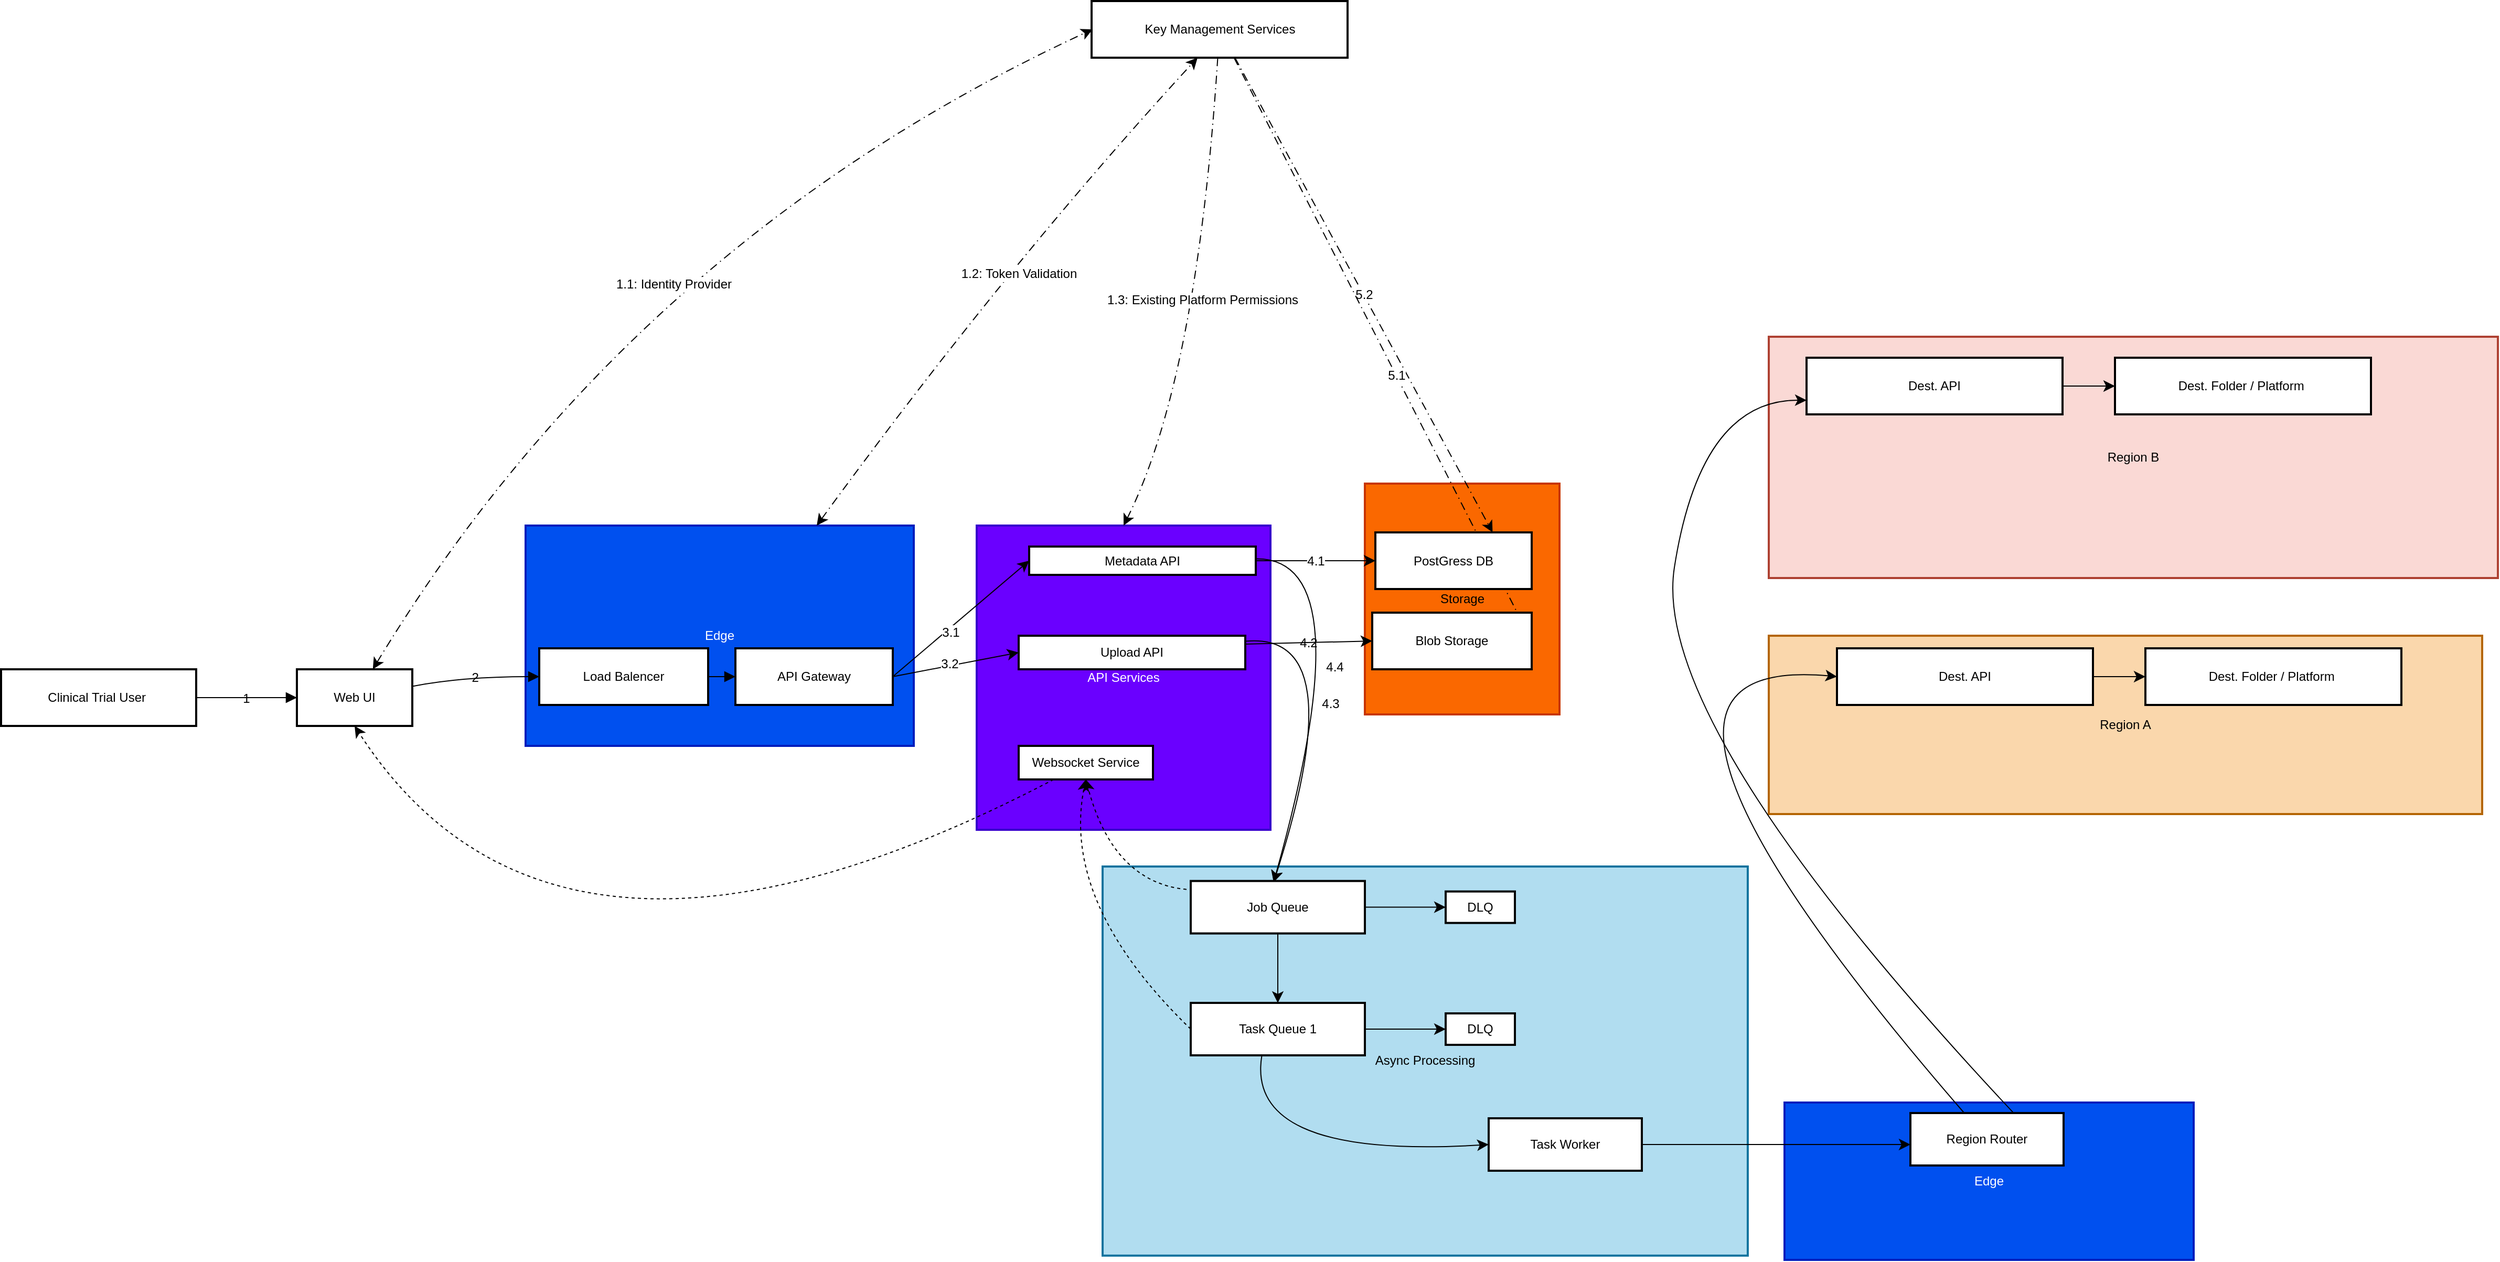
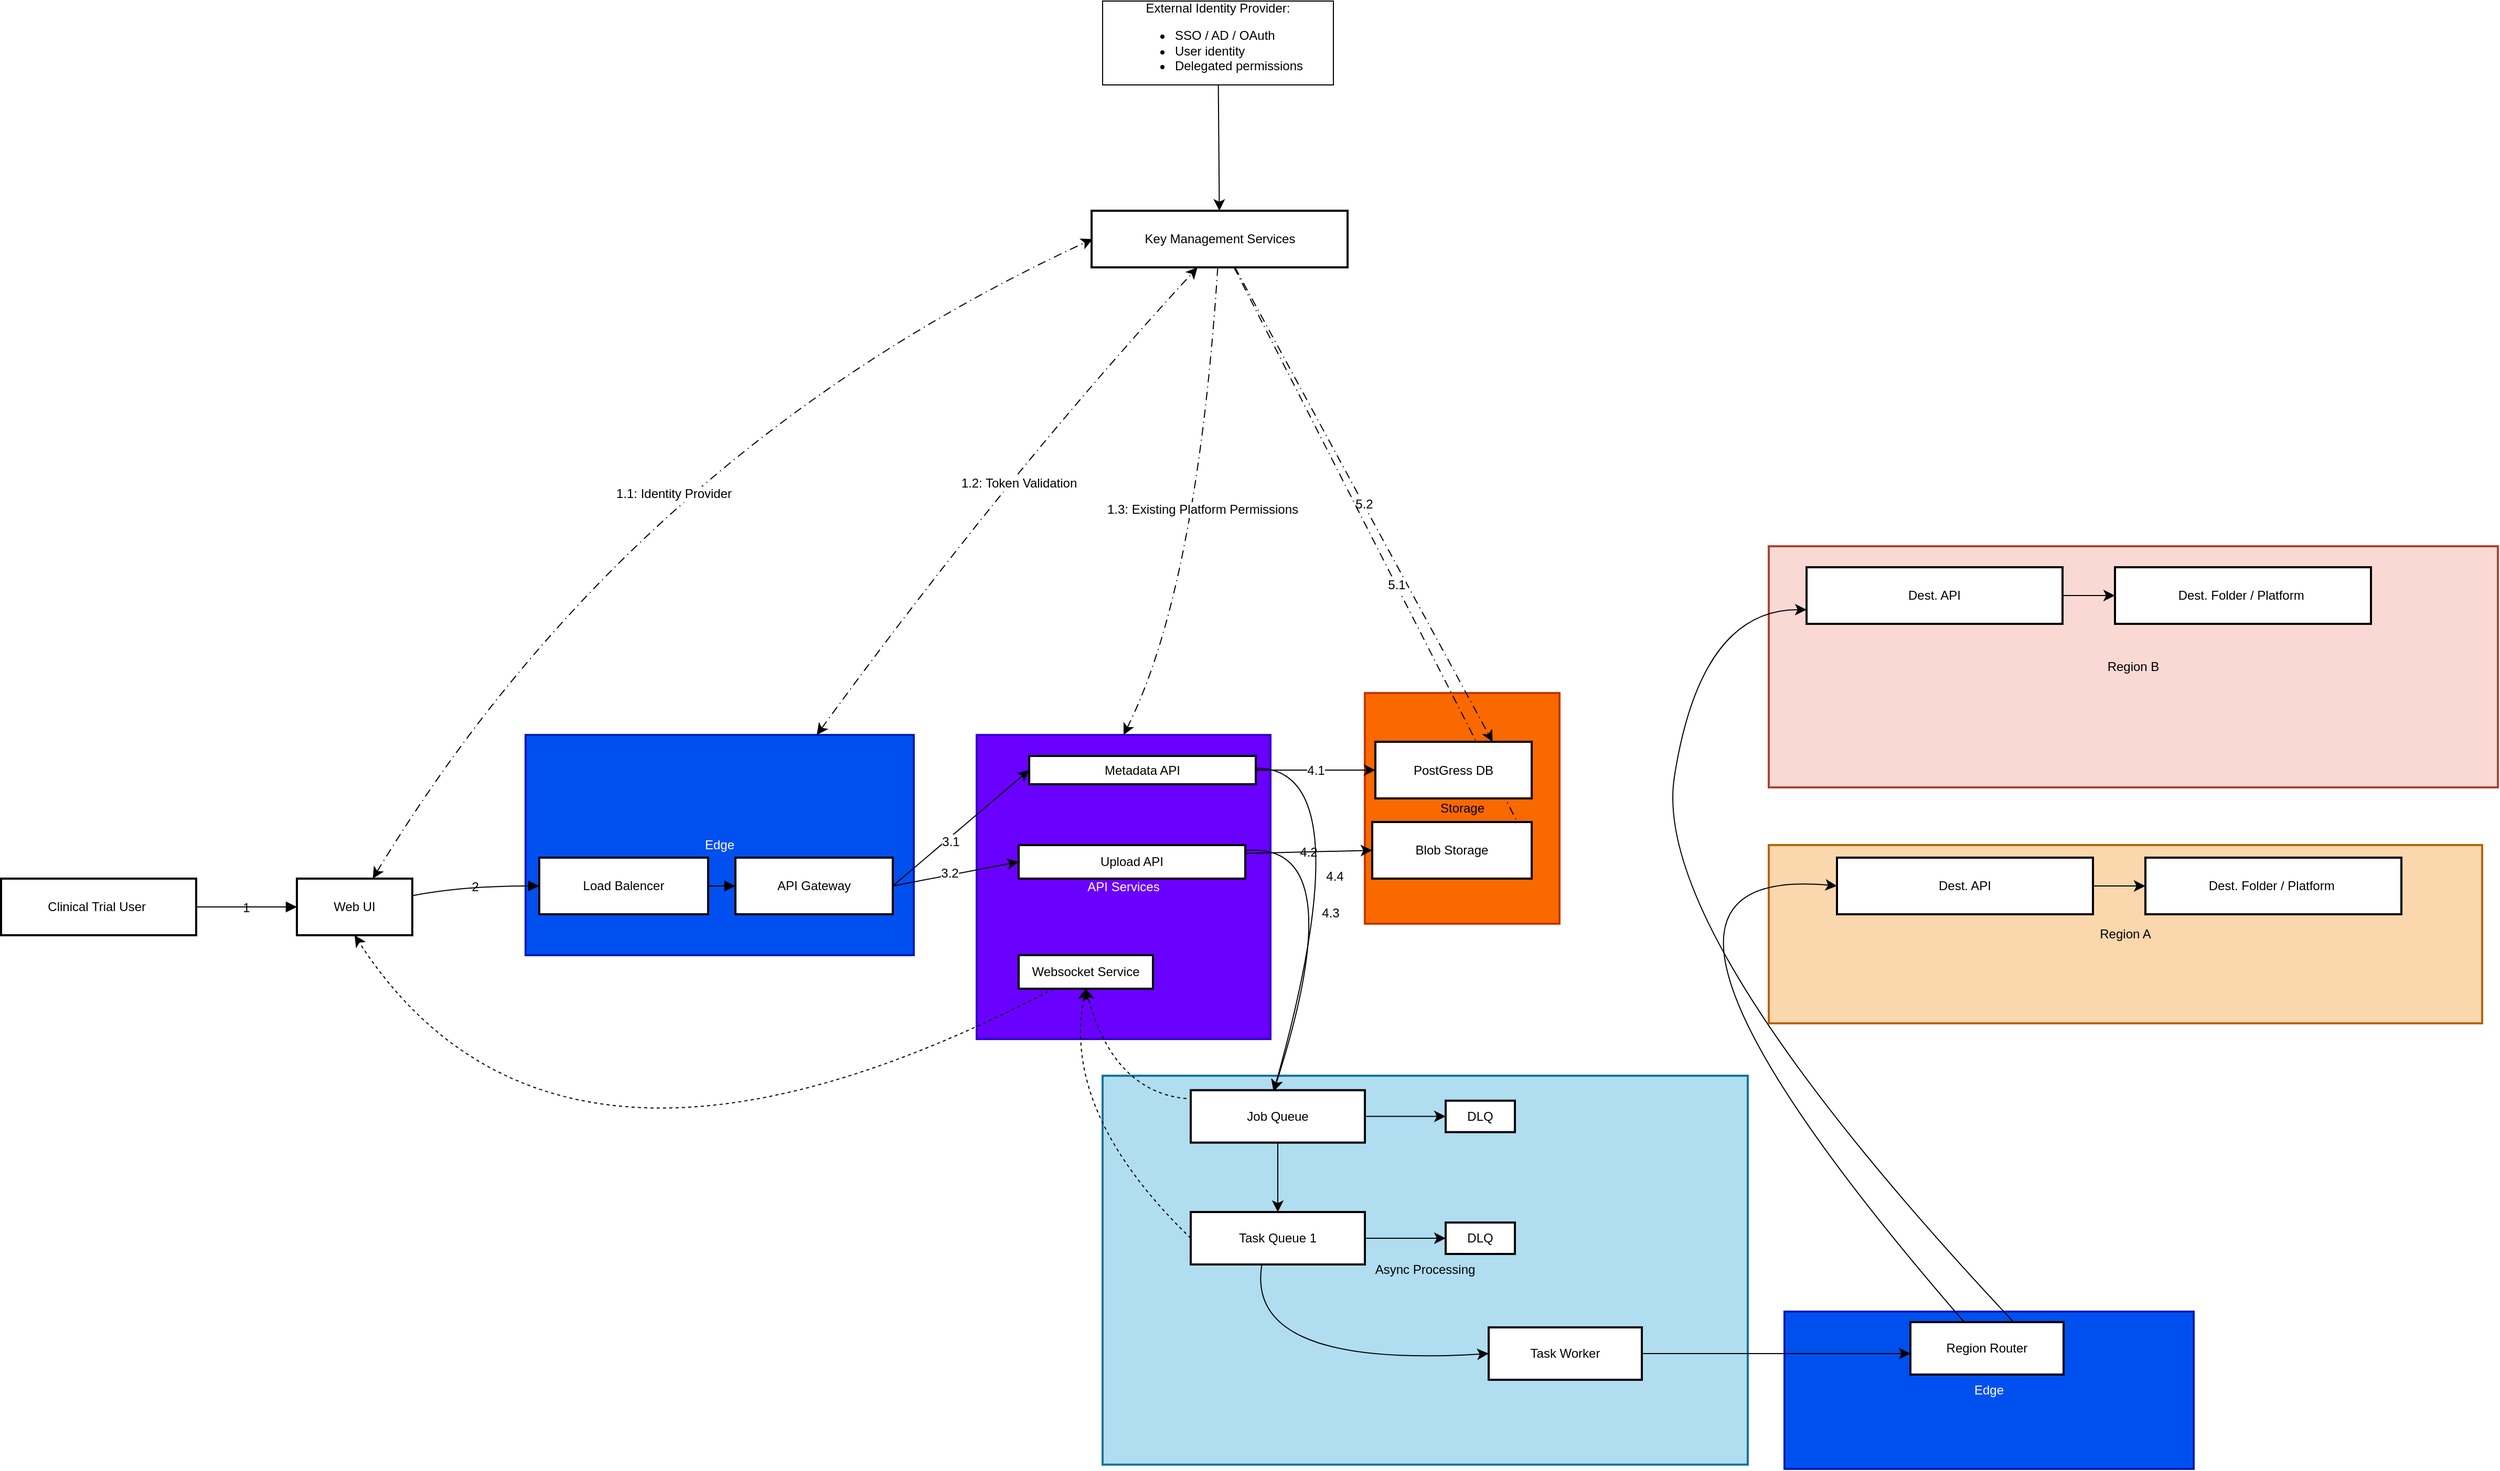
<mxfile host="app.diagrams.net">
  <diagram name="Overall-Diagram" id="Xauzskn0iYLa3f8TggF1">
-     <mxGraphModel dx="704" dy="1579" grid="1" gridSize="10" guides="1" tooltips="1" connect="1" arrows="1" fold="1" page="1" pageScale="1" pageWidth="850" pageHeight="1100" background="none" math="0" shadow="0">
+     <mxGraphModel dx="390" dy="1365" grid="1" gridSize="10" guides="1" tooltips="1" connect="1" arrows="1" fold="1" page="1" pageScale="1" pageWidth="850" pageHeight="1100" background="none" math="0" shadow="0">
      <root>
        <mxCell id="0" />
        <mxCell id="1" parent="0" />
        <mxCell id="ZxT0anLmeUN1lRlBXtKW-56" parent="1" style="whiteSpace=wrap;strokeWidth=2;rounded=0;labelBackgroundColor=none;fillColor=#0050ef;fontColor=#ffffff;strokeColor=#001DBC;" value="Edge" vertex="1">
          <mxGeometry height="150" width="390" x="1800" y="590" as="geometry" />
        </mxCell>
        <mxCell id="tPvMw2njpGqdJi2HAjV1-28" parent="1" style="whiteSpace=wrap;strokeWidth=2;rounded=0;labelBackgroundColor=none;fillColor=#fad9d5;strokeColor=#ae4132;" value="Region B" vertex="1">
          <mxGeometry height="230" width="695" x="1785" y="-140" as="geometry" />
        </mxCell>
        <mxCell id="tPvMw2njpGqdJi2HAjV1-27" parent="1" style="whiteSpace=wrap;strokeWidth=2;rounded=0;labelBackgroundColor=none;fillColor=#fad7ac;strokeColor=#b46504;" value="Region A" vertex="1">
          <mxGeometry height="170" width="680" x="1785" y="145" as="geometry" />
        </mxCell>
        <mxCell id="LGeiLnGPZ_kJypGg9XhN-2" parent="1" style="whiteSpace=wrap;strokeWidth=2;rounded=0;labelBackgroundColor=none;fillColor=#b1ddf0;strokeColor=#10739e;aspect=fixed;" value="Async Processing" vertex="1">
          <mxGeometry height="370.92" width="614.97" x="1150" y="365" as="geometry" />
        </mxCell>
        <mxCell id="LGeiLnGPZ_kJypGg9XhN-4" parent="1" style="whiteSpace=wrap;strokeWidth=2;rounded=0;labelBackgroundColor=none;fillColor=#6a00ff;fontColor=#ffffff;strokeColor=#3700CC;" value="API Services" vertex="1">
          <mxGeometry height="290" width="280" x="1030" y="40" as="geometry" />
        </mxCell>
        <mxCell id="LGeiLnGPZ_kJypGg9XhN-3" parent="1" style="whiteSpace=wrap;strokeWidth=2;rounded=0;labelBackgroundColor=none;fillColor=#fa6800;fontColor=#000000;strokeColor=#C73500;" value="Storage" vertex="1">
          <mxGeometry height="220" width="185.5" x="1400" as="geometry" />
        </mxCell>
        <mxCell id="LGeiLnGPZ_kJypGg9XhN-5" parent="1" style="whiteSpace=wrap;strokeWidth=2;rounded=0;labelBackgroundColor=none;fillColor=#0050ef;fontColor=#ffffff;strokeColor=#001DBC;" value="Edge" vertex="1">
          <mxGeometry height="210" width="370" x="600" y="40" as="geometry" />
        </mxCell>
        <mxCell id="LGeiLnGPZ_kJypGg9XhN-6" parent="1" style="whiteSpace=wrap;strokeWidth=2;rounded=0;labelBackgroundColor=none;" value="Clinical Trial User " vertex="1">
          <mxGeometry height="54" width="186" x="100" y="177" as="geometry" />
        </mxCell>
        <mxCell id="kZjGEyZ31KSyDfQOjVAd-4" edge="1" parent="1" style="edgeStyle=none;curved=1;rounded=0;orthogonalLoop=1;jettySize=auto;html=1;entryX=0;entryY=0.5;entryDx=0;entryDy=0;fontSize=12;startSize=8;endSize=8;dashed=1;dashPattern=8 4 1 4;startArrow=classic;startFill=1;" value="1.1: Identity Provider">
          <mxGeometry relative="1" x="0.0321" y="-53" as="geometry">
            <mxPoint as="offset" />
            <Array as="points">
              <mxPoint x="701" y="-230" />
            </Array>
            <mxPoint x="454.3617511520737" y="177" as="sourcePoint" />
            <mxPoint x="1140.5" y="-433" as="targetPoint" />
          </mxGeometry>
        </mxCell>
        <mxCell id="LGeiLnGPZ_kJypGg9XhN-7" parent="1" style="whiteSpace=wrap;strokeWidth=2;rounded=0;labelBackgroundColor=none;" value="Web UI" vertex="1">
          <mxGeometry height="54" width="110" x="382" y="177" as="geometry" />
        </mxCell>
        <mxCell id="LGeiLnGPZ_kJypGg9XhN-8" parent="1" style="whiteSpace=wrap;strokeWidth=2;rounded=0;labelBackgroundColor=none;" value="Load Balencer" vertex="1">
          <mxGeometry height="54" width="161" x="613" y="157" as="geometry" />
        </mxCell>
        <mxCell id="ijDLy2rUQYNMrnhEq9o_-15" edge="1" parent="1" source="LGeiLnGPZ_kJypGg9XhN-9" style="edgeStyle=none;curved=1;rounded=0;orthogonalLoop=1;jettySize=auto;html=1;fontSize=12;startSize=8;endSize=8;entryX=0;entryY=0.5;entryDx=0;entryDy=0;labelBackgroundColor=none;fontColor=default;exitX=1;exitY=0.5;exitDx=0;exitDy=0;" target="LGeiLnGPZ_kJypGg9XhN-10">
          <mxGeometry relative="1" as="geometry">
            <mxPoint x="1059.9999999999998" y="229.99999999999977" as="targetPoint" />
          </mxGeometry>
        </mxCell>
        <mxCell id="kZjGEyZ31KSyDfQOjVAd-1" connectable="0" parent="ijDLy2rUQYNMrnhEq9o_-15" style="edgeLabel;html=1;align=center;verticalAlign=middle;resizable=0;points=[];fontSize=12;" value="3.1" vertex="1">
          <mxGeometry relative="1" x="-0.1984" y="-3" as="geometry">
            <mxPoint x="1" as="offset" />
          </mxGeometry>
        </mxCell>
        <mxCell id="ijDLy2rUQYNMrnhEq9o_-17" edge="1" parent="1" source="LGeiLnGPZ_kJypGg9XhN-9" style="edgeStyle=none;curved=1;rounded=0;orthogonalLoop=1;jettySize=auto;html=1;entryX=0;entryY=0.5;entryDx=0;entryDy=0;fontSize=12;startSize=8;endSize=8;exitX=1;exitY=0.5;exitDx=0;exitDy=0;" target="LGeiLnGPZ_kJypGg9XhN-11">
          <mxGeometry relative="1" as="geometry">
            <mxPoint x="960" y="190" as="sourcePoint" />
          </mxGeometry>
        </mxCell>
        <mxCell id="kZjGEyZ31KSyDfQOjVAd-2" connectable="0" parent="ijDLy2rUQYNMrnhEq9o_-17" style="edgeLabel;html=1;align=center;verticalAlign=middle;resizable=0;points=[];fontSize=12;" value="3.2" vertex="1">
          <mxGeometry relative="1" x="-0.0885" y="2" as="geometry">
            <mxPoint as="offset" />
          </mxGeometry>
        </mxCell>
        <mxCell id="tPvMw2njpGqdJi2HAjV1-17" edge="1" parent="1" source="LGeiLnGPZ_kJypGg9XhN-5" style="edgeStyle=none;curved=1;rounded=0;orthogonalLoop=1;jettySize=auto;html=1;entryX=0.5;entryY=1;entryDx=0;entryDy=0;fontSize=12;startSize=8;endSize=8;dashed=1;dashPattern=8 4 1 4;startArrow=classic;startFill=1;exitX=0.75;exitY=0;exitDx=0;exitDy=0;" value="1.2: Token Validation">
          <mxGeometry relative="1" x="0.0672" y="-14" as="geometry">
            <mxPoint as="offset" />
            <Array as="points">
              <mxPoint x="1060" y="-210" />
            </Array>
            <mxPoint x="853.7118320610687" y="157" as="sourcePoint" />
            <mxPoint x="1240.5" y="-406" as="targetPoint" />
          </mxGeometry>
        </mxCell>
        <mxCell id="LGeiLnGPZ_kJypGg9XhN-9" parent="1" style="whiteSpace=wrap;strokeWidth=2;rounded=0;labelBackgroundColor=none;" value="API Gateway" vertex="1">
          <mxGeometry height="54" width="150" x="800" y="157" as="geometry" />
        </mxCell>
        <mxCell id="ijDLy2rUQYNMrnhEq9o_-19" edge="1" parent="1" source="LGeiLnGPZ_kJypGg9XhN-10" style="edgeStyle=none;curved=1;rounded=0;orthogonalLoop=1;jettySize=auto;html=1;entryX=0;entryY=0.5;entryDx=0;entryDy=0;fontSize=12;startSize=8;endSize=8;exitX=1;exitY=0.5;exitDx=0;exitDy=0;" target="LGeiLnGPZ_kJypGg9XhN-12" value="4.1">
          <mxGeometry relative="1" as="geometry" />
        </mxCell>
        <mxCell id="ZxT0anLmeUN1lRlBXtKW-1" edge="1" parent="1" source="LGeiLnGPZ_kJypGg9XhN-10" style="edgeStyle=none;curved=1;rounded=0;orthogonalLoop=1;jettySize=auto;html=1;entryX=0.5;entryY=0;entryDx=0;entryDy=0;fontSize=12;startSize=8;endSize=8;" value="4.4">
          <mxGeometry relative="1" as="geometry">
            <Array as="points">
              <mxPoint x="1400" y="70" />
            </Array>
            <mxPoint x="1313" y="380" as="targetPoint" />
          </mxGeometry>
        </mxCell>
        <mxCell id="LGeiLnGPZ_kJypGg9XhN-10" parent="1" style="whiteSpace=wrap;strokeWidth=2;rounded=0;labelBackgroundColor=none;" value="Metadata API" vertex="1">
          <mxGeometry height="27" width="216" x="1080" y="60" as="geometry" />
        </mxCell>
        <mxCell id="ijDLy2rUQYNMrnhEq9o_-12" edge="1" parent="1" source="LGeiLnGPZ_kJypGg9XhN-11" style="edgeStyle=none;curved=1;rounded=0;orthogonalLoop=1;jettySize=auto;html=1;entryX=0;entryY=0.5;entryDx=0;entryDy=0;fontSize=12;startSize=8;endSize=8;exitX=1;exitY=0.25;exitDx=0;exitDy=0;labelBackgroundColor=none;fontColor=default;" target="LGeiLnGPZ_kJypGg9XhN-13" value="4.2">
          <mxGeometry relative="1" as="geometry" />
        </mxCell>
        <mxCell id="ZxT0anLmeUN1lRlBXtKW-2" edge="1" parent="1" source="LGeiLnGPZ_kJypGg9XhN-11" style="edgeStyle=none;curved=1;rounded=0;orthogonalLoop=1;jettySize=auto;html=1;entryX=0.5;entryY=0;entryDx=0;entryDy=0;fontSize=12;startSize=8;endSize=8;" value="4.3">
          <mxGeometry relative="1" as="geometry">
            <Array as="points">
              <mxPoint x="1390" y="140" />
            </Array>
            <mxPoint x="1313" y="380" as="targetPoint" />
          </mxGeometry>
        </mxCell>
        <mxCell id="LGeiLnGPZ_kJypGg9XhN-11" parent="1" style="whiteSpace=wrap;strokeWidth=2;rounded=0;labelBackgroundColor=none;" value="Upload API" vertex="1">
          <mxGeometry height="32" width="216" x="1070" y="145" as="geometry" />
        </mxCell>
        <mxCell id="tPvMw2njpGqdJi2HAjV1-2" edge="1" parent="1" style="edgeStyle=none;curved=1;rounded=0;orthogonalLoop=1;jettySize=auto;html=1;fontSize=12;startSize=8;endSize=8;entryX=0.5;entryY=1;entryDx=0;entryDy=0;dashed=1;" target="LGeiLnGPZ_kJypGg9XhN-18">
          <mxGeometry relative="1" as="geometry">
            <Array as="points">
              <mxPoint x="1160" y="380" />
            </Array>
            <mxPoint x="1230" y="386.8627450980389" as="sourcePoint" />
            <mxPoint x="1150" y="490" as="targetPoint" />
          </mxGeometry>
        </mxCell>
        <mxCell id="tPvMw2njpGqdJi2HAjV1-30" edge="1" parent="1" source="ZxT0anLmeUN1lRlBXtKW-4" style="edgeStyle=none;curved=1;rounded=0;orthogonalLoop=1;jettySize=auto;html=1;entryX=0.5;entryY=1;entryDx=0;entryDy=0;fontSize=12;startSize=8;endSize=8;dashed=1;exitX=0;exitY=0.5;exitDx=0;exitDy=0;" target="LGeiLnGPZ_kJypGg9XhN-18">
          <mxGeometry relative="1" as="geometry">
            <Array as="points">
              <mxPoint x="1110" y="400" />
            </Array>
            <mxPoint x="1274.6623376623374" y="462" as="sourcePoint" />
          </mxGeometry>
        </mxCell>
        <mxCell id="tPvMw2njpGqdJi2HAjV1-18" edge="1" parent="1" source="LGeiLnGPZ_kJypGg9XhN-20" style="edgeStyle=none;curved=1;rounded=0;orthogonalLoop=1;jettySize=auto;html=1;entryX=0.75;entryY=0;entryDx=0;entryDy=0;fontSize=12;startSize=8;endSize=8;dashed=1;dashPattern=8 4 1 4;" target="LGeiLnGPZ_kJypGg9XhN-12" value="5.2">
          <mxGeometry relative="1" as="geometry" />
        </mxCell>
        <mxCell id="tPvMw2njpGqdJi2HAjV1-19" edge="1" parent="1" source="LGeiLnGPZ_kJypGg9XhN-20" style="edgeStyle=none;curved=1;rounded=0;orthogonalLoop=1;jettySize=auto;html=1;entryX=1;entryY=0.5;entryDx=0;entryDy=0;fontSize=12;startSize=8;endSize=8;dashed=1;dashPattern=8 4 1 4;" target="LGeiLnGPZ_kJypGg9XhN-13">
          <mxGeometry relative="1" as="geometry" />
        </mxCell>
        <mxCell id="kZjGEyZ31KSyDfQOjVAd-3" connectable="0" parent="tPvMw2njpGqdJi2HAjV1-19" style="edgeLabel;html=1;align=center;verticalAlign=middle;resizable=0;points=[];fontSize=12;" value="5.1" vertex="1">
          <mxGeometry relative="1" x="0.0872" as="geometry">
            <mxPoint as="offset" />
          </mxGeometry>
        </mxCell>
        <mxCell id="kZjGEyZ31KSyDfQOjVAd-5" edge="1" parent="1" source="LGeiLnGPZ_kJypGg9XhN-20" style="edgeStyle=none;curved=1;rounded=0;orthogonalLoop=1;jettySize=auto;html=1;fontSize=12;startSize=8;endSize=8;dashed=1;dashPattern=8 4 1 4;entryX=0.5;entryY=0;entryDx=0;entryDy=0;" target="LGeiLnGPZ_kJypGg9XhN-4" value="1.3: Existing Platform Permissions">
          <mxGeometry relative="1" as="geometry">
            <Array as="points">
              <mxPoint x="1240" y="-100" />
            </Array>
            <mxPoint x="1160" y="20" as="targetPoint" />
          </mxGeometry>
        </mxCell>
        <mxCell id="LGeiLnGPZ_kJypGg9XhN-20" parent="1" style="whiteSpace=wrap;strokeWidth=2;rounded=0;labelBackgroundColor=none;" value="Key Management Services" vertex="1">
          <mxGeometry height="54" width="244" x="1139.5" y="-460" as="geometry" />
        </mxCell>
        <mxCell id="LGeiLnGPZ_kJypGg9XhN-23" edge="1" parent="1" source="LGeiLnGPZ_kJypGg9XhN-6" style="curved=1;startArrow=none;endArrow=block;exitX=1;exitY=0.5;entryX=0;entryY=0.5;rounded=0;fontSize=12;startSize=8;endSize=8;labelBackgroundColor=none;fontColor=default;" target="LGeiLnGPZ_kJypGg9XhN-7" value="1">
          <mxGeometry relative="1" as="geometry">
            <Array as="points" />
          </mxGeometry>
        </mxCell>
        <mxCell id="LGeiLnGPZ_kJypGg9XhN-24" edge="1" parent="1" source="LGeiLnGPZ_kJypGg9XhN-7" style="curved=1;startArrow=none;endArrow=block;exitX=1;exitY=0.3;entryX=0;entryY=0.5;rounded=0;fontSize=12;startSize=8;endSize=8;labelBackgroundColor=none;fontColor=default;" target="LGeiLnGPZ_kJypGg9XhN-8" value="2">
          <mxGeometry relative="1" as="geometry">
            <Array as="points">
              <mxPoint x="540" y="184" />
            </Array>
          </mxGeometry>
        </mxCell>
        <mxCell id="LGeiLnGPZ_kJypGg9XhN-35" edge="1" parent="1" source="LGeiLnGPZ_kJypGg9XhN-8" style="curved=1;startArrow=none;endArrow=block;exitX=1;exitY=0.5;entryX=0;entryY=0.5;rounded=0;fontSize=12;startSize=8;endSize=8;labelBackgroundColor=none;fontColor=default;" target="LGeiLnGPZ_kJypGg9XhN-9" value="">
          <mxGeometry relative="1" as="geometry">
            <Array as="points" />
          </mxGeometry>
        </mxCell>
        <mxCell id="tPvMw2njpGqdJi2HAjV1-29" edge="1" parent="1" source="LGeiLnGPZ_kJypGg9XhN-18" style="edgeStyle=none;curved=1;rounded=0;orthogonalLoop=1;jettySize=auto;html=1;entryX=0.5;entryY=1;entryDx=0;entryDy=0;fontSize=12;startSize=8;endSize=8;dashed=1;" target="LGeiLnGPZ_kJypGg9XhN-7">
          <mxGeometry relative="1" as="geometry">
            <Array as="points">
              <mxPoint x="630" y="530" />
            </Array>
          </mxGeometry>
        </mxCell>
        <mxCell id="LGeiLnGPZ_kJypGg9XhN-18" parent="1" style="whiteSpace=wrap;strokeWidth=2;rounded=0;labelBackgroundColor=none;" value="Websocket Service" vertex="1">
          <mxGeometry height="32" width="128" x="1070" y="250" as="geometry" />
        </mxCell>
        <mxCell id="LGeiLnGPZ_kJypGg9XhN-13" parent="1" style="whiteSpace=wrap;strokeWidth=2;rounded=0;labelBackgroundColor=none;" value="Blob Storage" vertex="1">
          <mxGeometry height="54" width="152" x="1407" y="123" as="geometry" />
        </mxCell>
        <mxCell id="LGeiLnGPZ_kJypGg9XhN-12" parent="1" style="whiteSpace=wrap;strokeWidth=2;rounded=0;labelBackgroundColor=none;" value="PostGress DB" vertex="1">
          <mxGeometry height="54" width="149" x="1410" y="46.5" as="geometry" />
        </mxCell>
        <mxCell id="tPvMw2njpGqdJi2HAjV1-12" edge="1" parent="1" source="tPvMw2njpGqdJi2HAjV1-6" style="edgeStyle=none;curved=1;rounded=0;orthogonalLoop=1;jettySize=auto;html=1;entryX=0;entryY=0.5;entryDx=0;entryDy=0;fontSize=12;startSize=8;endSize=8;" target="tPvMw2njpGqdJi2HAjV1-8">
          <mxGeometry relative="1" as="geometry">
            <Array as="points">
              <mxPoint x="1590" y="160" />
            </Array>
          </mxGeometry>
        </mxCell>
        <mxCell id="tPvMw2njpGqdJi2HAjV1-13" edge="1" parent="1" source="tPvMw2njpGqdJi2HAjV1-6" style="edgeStyle=none;curved=1;rounded=0;orthogonalLoop=1;jettySize=auto;html=1;entryX=0;entryY=0.75;entryDx=0;entryDy=0;fontSize=12;startSize=8;endSize=8;exitX=1;exitY=1;exitDx=0;exitDy=0;" target="tPvMw2njpGqdJi2HAjV1-10">
          <mxGeometry relative="1" as="geometry">
            <Array as="points">
              <mxPoint x="1670" y="240" />
              <mxPoint x="1720" y="-80" />
            </Array>
            <mxPoint x="2070" y="660" as="sourcePoint" />
          </mxGeometry>
        </mxCell>
        <mxCell id="tPvMw2njpGqdJi2HAjV1-6" parent="1" style="whiteSpace=wrap;strokeWidth=2;rounded=0;labelBackgroundColor=none;" value="Region Router" vertex="1">
          <mxGeometry height="50" width="146" x="1920" y="600" as="geometry" />
        </mxCell>
        <mxCell id="tPvMw2njpGqdJi2HAjV1-7" parent="1" style="whiteSpace=wrap;strokeWidth=2;rounded=0;labelBackgroundColor=none;" value="Dest. Folder / Platform " vertex="1">
          <mxGeometry height="54" width="244" x="2144" y="157" as="geometry" />
        </mxCell>
        <mxCell id="tPvMw2njpGqdJi2HAjV1-15" edge="1" parent="1" source="tPvMw2njpGqdJi2HAjV1-8" style="edgeStyle=none;curved=1;rounded=0;orthogonalLoop=1;jettySize=auto;html=1;fontSize=12;startSize=8;endSize=8;" target="tPvMw2njpGqdJi2HAjV1-7" value="">
          <mxGeometry relative="1" as="geometry" />
        </mxCell>
        <mxCell id="tPvMw2njpGqdJi2HAjV1-8" parent="1" style="whiteSpace=wrap;strokeWidth=2;rounded=0;labelBackgroundColor=none;" value="Dest. API" vertex="1">
          <mxGeometry height="54" width="244" x="1850" y="157" as="geometry" />
        </mxCell>
        <mxCell id="tPvMw2njpGqdJi2HAjV1-9" parent="1" style="whiteSpace=wrap;strokeWidth=2;rounded=0;labelBackgroundColor=none;" value="Dest. Folder / Platform " vertex="1">
          <mxGeometry height="54" width="244" x="2115" y="-120" as="geometry" />
        </mxCell>
        <mxCell id="tPvMw2njpGqdJi2HAjV1-16" edge="1" parent="1" source="tPvMw2njpGqdJi2HAjV1-10" style="edgeStyle=none;curved=1;rounded=0;orthogonalLoop=1;jettySize=auto;html=1;fontSize=12;startSize=8;endSize=8;" target="tPvMw2njpGqdJi2HAjV1-9" value="">
          <mxGeometry relative="1" as="geometry" />
        </mxCell>
        <mxCell id="tPvMw2njpGqdJi2HAjV1-10" parent="1" style="whiteSpace=wrap;strokeWidth=2;rounded=0;labelBackgroundColor=none;" value="Dest. API" vertex="1">
          <mxGeometry height="54" width="244" x="1821" y="-120" as="geometry" />
        </mxCell>
        <mxCell id="ZxT0anLmeUN1lRlBXtKW-5" edge="1" parent="1" source="ZxT0anLmeUN1lRlBXtKW-3" style="edgeStyle=none;curved=1;rounded=0;orthogonalLoop=1;jettySize=auto;html=1;fontSize=12;startSize=8;endSize=8;" target="ZxT0anLmeUN1lRlBXtKW-4" value="">
          <mxGeometry relative="1" as="geometry" />
        </mxCell>
        <mxCell id="ZxT0anLmeUN1lRlBXtKW-52" edge="1" parent="1" source="ZxT0anLmeUN1lRlBXtKW-3" style="edgeStyle=none;curved=1;rounded=0;orthogonalLoop=1;jettySize=auto;html=1;fontSize=12;startSize=8;endSize=8;" target="ZxT0anLmeUN1lRlBXtKW-9" value="">
          <mxGeometry relative="1" as="geometry" />
        </mxCell>
        <mxCell id="ZxT0anLmeUN1lRlBXtKW-3" parent="1" style="whiteSpace=wrap;strokeWidth=2;rounded=0;labelBackgroundColor=none;" value="Job Queue" vertex="1">
          <mxGeometry height="50" width="166" x="1234" y="378.79999999999995" as="geometry" />
        </mxCell>
        <mxCell id="ZxT0anLmeUN1lRlBXtKW-21" edge="1" parent="1" source="ZxT0anLmeUN1lRlBXtKW-4" style="edgeStyle=none;curved=1;rounded=0;orthogonalLoop=1;jettySize=auto;html=1;fontSize=12;startSize=8;endSize=8;" target="ZxT0anLmeUN1lRlBXtKW-11" value="">
          <mxGeometry relative="1" as="geometry" />
        </mxCell>
        <mxCell id="ZxT0anLmeUN1lRlBXtKW-54" edge="1" parent="1" source="ZxT0anLmeUN1lRlBXtKW-4" style="edgeStyle=none;curved=1;rounded=0;orthogonalLoop=1;jettySize=auto;html=1;entryX=0;entryY=0.5;entryDx=0;entryDy=0;fontSize=12;startSize=8;endSize=8;exitX=0.422;exitY=0.8;exitDx=0;exitDy=0;exitPerimeter=0;" target="ZxT0anLmeUN1lRlBXtKW-53">
          <mxGeometry relative="1" as="geometry">
            <Array as="points">
              <mxPoint x="1274" y="645" />
            </Array>
          </mxGeometry>
        </mxCell>
        <mxCell id="ZxT0anLmeUN1lRlBXtKW-4" parent="1" style="whiteSpace=wrap;strokeWidth=2;rounded=0;labelBackgroundColor=none;" value="Task Queue 1" vertex="1">
          <mxGeometry height="50" width="166" x="1234" y="495" as="geometry" />
        </mxCell>
        <mxCell id="ZxT0anLmeUN1lRlBXtKW-9" parent="1" style="whiteSpace=wrap;strokeWidth=2;rounded=0;labelBackgroundColor=none;" value="DLQ" vertex="1">
          <mxGeometry height="30" width="66" x="1477" y="388.79999999999995" as="geometry" />
        </mxCell>
        <mxCell id="ZxT0anLmeUN1lRlBXtKW-11" parent="1" style="whiteSpace=wrap;strokeWidth=2;rounded=0;labelBackgroundColor=none;" value="DLQ" vertex="1">
          <mxGeometry height="30" width="66" x="1477" y="505" as="geometry" />
        </mxCell>
        <mxCell id="ZxT0anLmeUN1lRlBXtKW-55" edge="1" parent="1" source="ZxT0anLmeUN1lRlBXtKW-53" style="edgeStyle=none;curved=1;rounded=0;orthogonalLoop=1;jettySize=auto;html=1;fontSize=12;startSize=8;endSize=8;">
          <mxGeometry relative="1" as="geometry">
            <mxPoint x="1920.0000000000005" y="630" as="targetPoint" />
          </mxGeometry>
        </mxCell>
        <mxCell id="ZxT0anLmeUN1lRlBXtKW-53" parent="1" style="whiteSpace=wrap;strokeWidth=2;rounded=0;labelBackgroundColor=none;" value="Task Worker" vertex="1">
          <mxGeometry height="50" width="146" x="1518" y="605" as="geometry" />
        </mxCell>
+         <mxCell id="kZjGEyZ31KSyDfQOjVAd-7" edge="1" parent="1" source="kZjGEyZ31KSyDfQOjVAd-6" style="edgeStyle=none;curved=1;rounded=0;orthogonalLoop=1;jettySize=auto;html=1;fontSize=12;startSize=8;endSize=8;" target="LGeiLnGPZ_kJypGg9XhN-20" value="">
+           <mxGeometry relative="1" as="geometry" />
+         </mxCell>
+         <mxCell id="kZjGEyZ31KSyDfQOjVAd-6" parent="1" style="whiteSpace=wrap;html=1;" value="&lt;div&gt;External Identity Provider:&lt;/div&gt;&lt;div&gt;&lt;ul&gt;&lt;li style=&quot;text-align: left;&quot;&gt;SSO / AD / OAuth&lt;/li&gt;&lt;li style=&quot;text-align: left;&quot;&gt;User identity&lt;/li&gt;&lt;li&gt;Delegated permissions&lt;br&gt;&lt;/li&gt;&lt;/ul&gt;&lt;/div&gt;" vertex="1">
+           <mxGeometry height="80" width="220" x="1150" y="-660" as="geometry" />
+         </mxCell>
      </root>
    </mxGraphModel>
  </diagram>
</mxfile>
